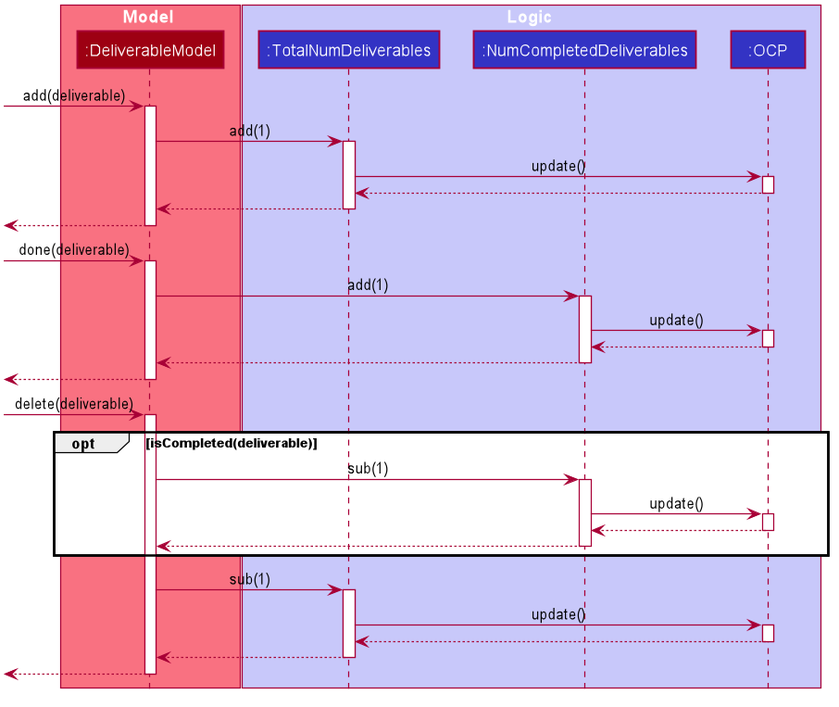
The PlantUML diagram docs/images/OCPSequenceDiagram.png in shadowezz/Productiv, before a commit. The source it was exported from:
```plantuml
@startuml








skinparam BackgroundColor #FFFFFFF

skinparam Shadowing false

skinparam Class {
    FontColor #FFFFFF
    BorderThickness 1
    BorderColor #FFFFFF
    StereotypeFontColor #FFFFFF
    FontName Arial
}

skinparam Actor {
    BorderColor #000000
    Color #000000
    FontName Arial
}

skinparam Sequence {
    MessageAlign center
    BoxFontSize 15
    BoxPadding 0
    BoxFontColor #FFFFFF
    FontName Arial
}

skinparam Participant {
    FontColor #FFFFFFF
    Padding 20
}

skinparam MinClassWidth 50
skinparam ParticipantPadding 10
skinparam Shadowing false
skinparam DefaultTextAlignment center
skinparam packageStyle Rectangle

hide footbox
hide members
hide circle

box Model #F97181
participant ":DeliverableModel" as Mod #9D0012
end box

box Logic #C8C8FA
participant ":TotalNumDeliverables" as Total #3333C4
participant ":NumCompletedDeliverables" as Com #3333C4
participant ":OCP" as OCP #3333C4
end box

[-> Mod: add(deliverable)
activate Mod
Mod -> Total : add(1)
activate Total
Total -> OCP : update()
activate OCP
OCP --> Total
deactivate OCP
Total --> Mod
deactivate Total
[<-- Mod
deactivate Mod

[-> Mod: done(deliverable)
activate Mod
Mod -> Com : add(1)
activate Com
Com -> ":OCP" as OCP: update()
activate OCP
OCP --> Com
deactivate OCP
Com --> Mod
deactivate Com
[<-- Mod
deactivate Mod

[-> Mod: delete(deliverable)
activate Mod

opt isCompleted(deliverable)

Mod -> Com : sub(1)
activate Com
Com -> ":OCP" as OCP: update()
activate OCP
OCP --> Com
deactivate OCP
Com --> Mod
deactivate Com

end

Mod -> Total : sub(1)
activate Total
Total -> ":OCP" as OCP: update()
activate OCP
OCP --> Total
deactivate OCP
Total --> Mod
deactivate Total

[<-- Mod
deactivate Mod
@enduml
```
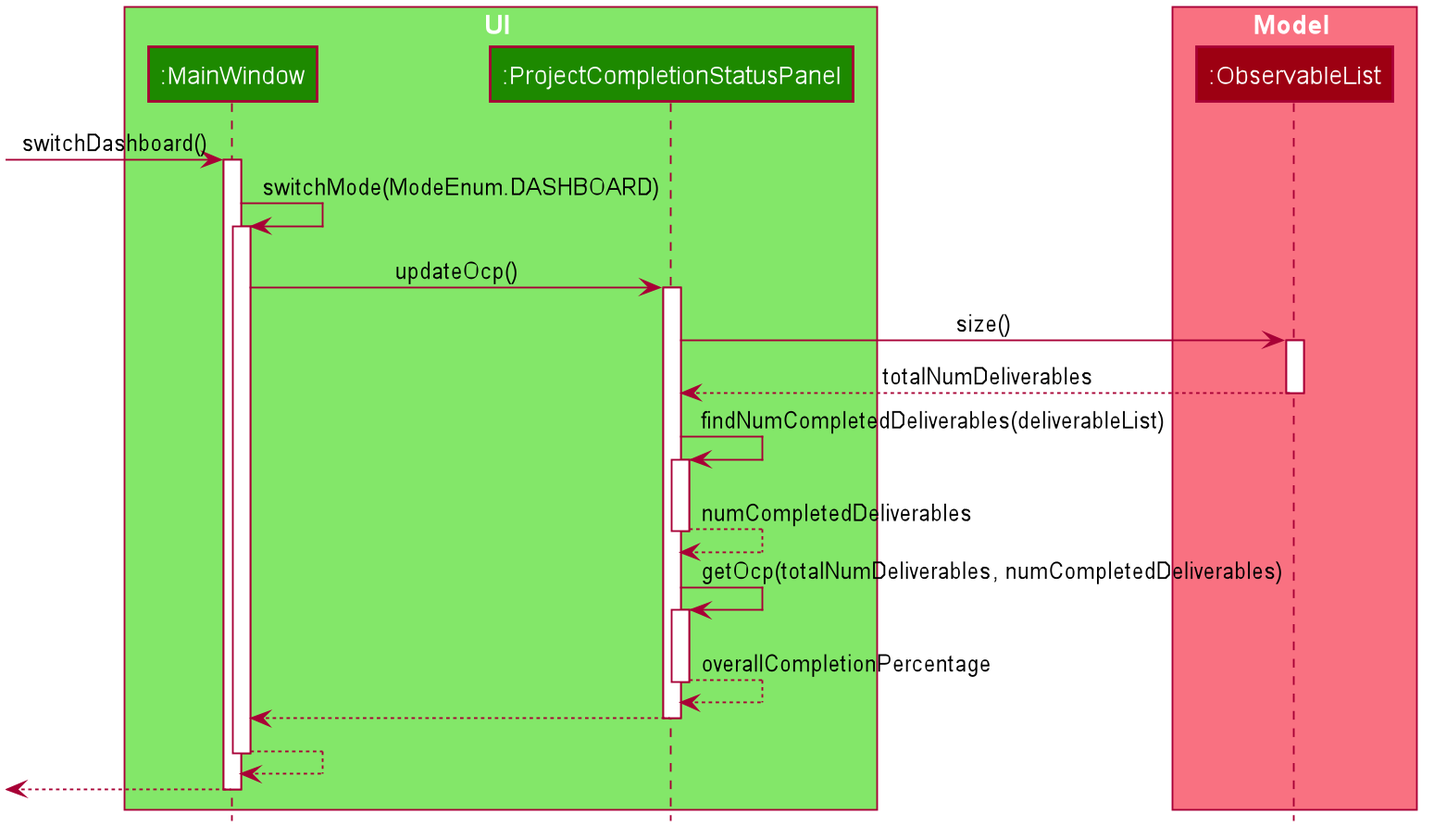
The same file after the commit.

Change to the diagram source:
```diff
@@ -48,67 +48,47 @@
 hide members
 hide circle
 
-box Model #F97181
-participant ":DeliverableModel" as Mod #9D0012
+scale 1.5
+
+box UI #83E769
+participant ":MainWindow" as Main #1D8900
+participant ":ProjectCompletionStatusPanel" as Panel #1D8900
 end box
 
-box Logic #C8C8FA
-participant ":TotalNumDeliverables" as Total #3333C4
-participant ":NumCompletedDeliverables" as Com #3333C4
-participant ":OCP" as OCP #3333C4
+box Model #F97181
+participant ":ObservableList" as List #9D0012
 end box
 
-[-> Mod: add(deliverable)
-activate Mod
-Mod -> Total : add(1)
-activate Total
-Total -> OCP : update()
-activate OCP
-OCP --> Total
-deactivate OCP
-Total --> Mod
-deactivate Total
-[<-- Mod
-deactivate Mod
+[-> Main: switchDashboard()
+activate Main
+Main -> Main : switchMode(ModeEnum.DASHBOARD)
+activate Main
 
-[-> Mod: done(deliverable)
-activate Mod
-Mod -> Com : add(1)
-activate Com
-Com -> ":OCP" as OCP: update()
-activate OCP
-OCP --> Com
-deactivate OCP
-Com --> Mod
-deactivate Com
-[<-- Mod
-deactivate Mod
+Main -> Panel: updateOcp()
+activate Panel
 
-[-> Mod: delete(deliverable)
-activate Mod
+Panel -> List : size()
+activate List
+List --> Panel : totalNumDeliverables
+deactivate List
 
-opt isCompleted(deliverable)
+Panel -> Panel : findNumCompletedDeliverables(deliverableList)
+activate Panel
+Panel --> Panel: numCompletedDeliverables
+deactivate Panel
 
-Mod -> Com : sub(1)
-activate Com
-Com -> ":OCP" as OCP: update()
-activate OCP
-OCP --> Com
-deactivate OCP
-Com --> Mod
-deactivate Com
+Panel -> Panel : getOcp(totalNumDeliverables, numCompletedDeliverables)
+activate Panel
+Panel --> Panel : overallCompletionPercentage
+deactivate Panel
 
-end
+Panel --> Main
+deactivate Panel
 
-Mod -> Total : sub(1)
-activate Total
-Total -> ":OCP" as OCP: update()
-activate OCP
-OCP --> Total
-deactivate OCP
-Total --> Mod
-deactivate Total
+Main --> Main
+deactivate Main
 
-[<-- Mod
-deactivate Mod
+[<-- Main
+deactivate Main
+
 @enduml
```
